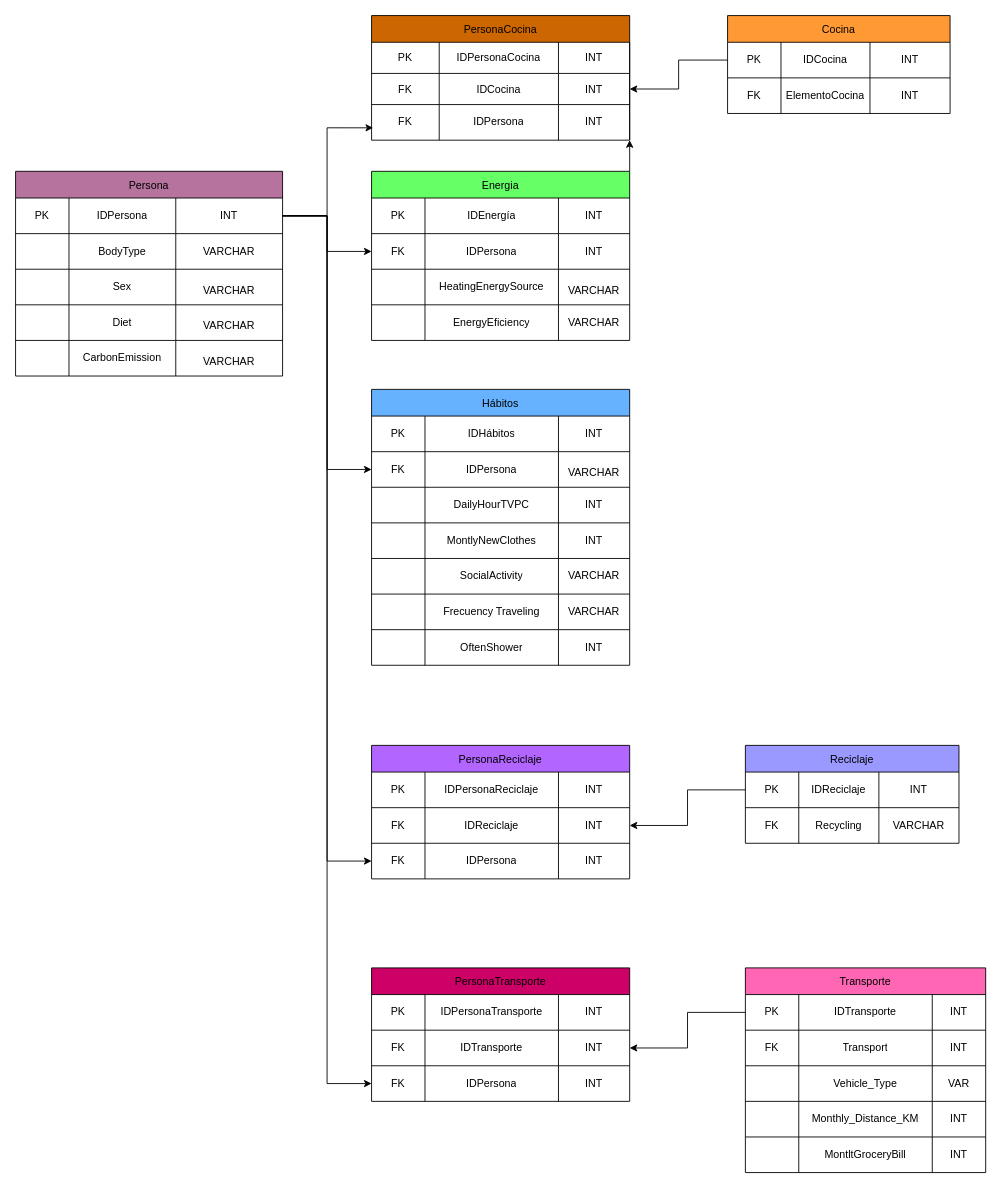
Earlier version of the draw.io diagram Diagrama sin título.drawio (ValentRodriguez/Bases). Source tidied: cells renumbered, new cells numbered last; positions are measured from the earlier drawing's top-left corner, leaving out a move shared by most shapes. Both pictures are drawn from the tidied source at 89%, with x=0, y=0 at pixel (15, 15).
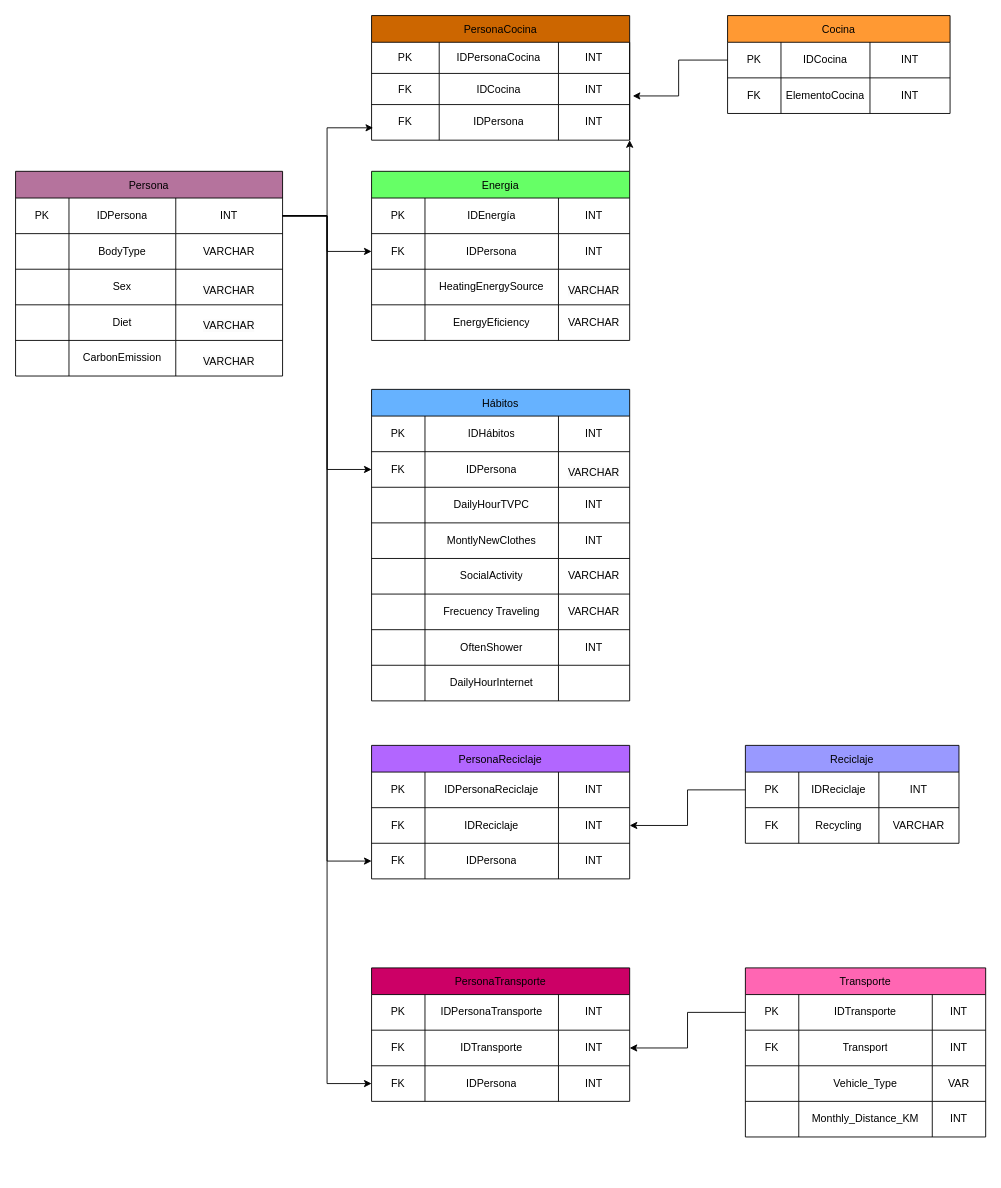
The same page after the edit.

The change refers to these unchanged cells:
```xml
<mxCell id="24" style="shape=tableRow;horizontal=0;startSize=0;swimlaneHead=0;swimlaneBody=0;strokeColor=inherit;top=0;left=0;bottom=0;right=0;fillColor=none;points=[[0,0.5],[1,0.5]];portConstraint=eastwest;" parent="23" vertex="1">
  <mxGeometry y="30" width="250" height="40" as="geometry" />
</mxCell>
<mxCell id="95" style="shape=tableRow;horizontal=0;startSize=0;swimlaneHead=0;swimlaneBody=0;strokeColor=inherit;top=0;left=0;bottom=0;right=0;fillColor=none;points=[[0,0.5],[1,0.5]];portConstraint=eastwest;" parent="90" vertex="1">
  <mxGeometry y="65" width="290" height="35" as="geometry" />
</mxCell>
```

Diff of the diagram source:
```diff
@@
     <mxCell id="50" value="Hábitos" style="shape=table;startSize=30;childLayout=tableLayout;fillColor=#66B2FF;" parent="1" vertex="1">
-      <mxGeometry x="400" y="420" width="290" height="310" as="geometry" />
+      <mxGeometry x="400" y="420" width="290" height="350" as="geometry" />
     </mxCell>
@@
+    <mxCell id="157" style="shape=tableRow;horizontal=0;startSize=0;swimlaneHead=0;swimlaneBody=0;strokeColor=inherit;top=0;left=0;bottom=0;right=0;fillColor=none;" parent="50" vertex="1">
+      <mxGeometry y="310" width="290" height="40" as="geometry" />
+    </mxCell>
+    <mxCell id="152" style="shape=partialRectangle;html=1;whiteSpace=wrap;strokeColor=inherit;overflow=hidden;fillColor=none;top=0;left=0;bottom=0;right=0;" parent="157" vertex="1">
+      <mxGeometry width="60" height="40" as="geometry" />
+    </mxCell>
+    <mxCell id="158" value="DailyHourInternet" style="shape=partialRectangle;html=1;whiteSpace=wrap;strokeColor=inherit;overflow=hidden;fillColor=none;top=0;left=0;bottom=0;right=0;" parent="157" vertex="1">
+      <mxGeometry x="60" width="150" height="40" as="geometry" />
+    </mxCell>
+    <mxCell id="159" style="shape=partialRectangle;html=1;whiteSpace=wrap;strokeColor=inherit;overflow=hidden;fillColor=none;top=0;left=0;bottom=0;right=0;" parent="157" vertex="1">
+      <mxGeometry x="210" width="80" height="40" as="geometry" />
+    </mxCell>
@@
-    <mxCell id="105" style="edgeStyle=orthogonalEdgeStyle;rounded=0;jettySize=auto;html=1;exitX=0;exitY=0.5;exitDx=0;exitDy=0;entryX=1;entryY=0.5;entryDx=0;entryDy=0;" parent="1" edge="1" source="24" target="95">
-      <mxGeometry relative="1" as="geometry" />
-    </mxCell>
@@
     <mxCell id="134" value="Transporte" style="shape=table;startSize=30;childLayout=tableLayout;fillColor=#FF66B3;" parent="1" vertex="1">
-      <mxGeometry x="820" y="1070" width="270" height="230" as="geometry" />
+      <mxGeometry x="820" y="1070" width="270" height="190" as="geometry" />
     </mxCell>
@@
-    <mxCell id="151" style="shape=tableRow;horizontal=0;startSize=0;swimlaneHead=0;swimlaneBody=0;strokeColor=inherit;top=0;left=0;bottom=0;right=0;fillColor=none;" parent="134" vertex="1">
-      <mxGeometry y="190" width="270" height="40" as="geometry" />
-    </mxCell>
-    <mxCell id="152" style="shape=partialRectangle;html=1;whiteSpace=wrap;strokeColor=inherit;overflow=hidden;fillColor=none;top=0;left=0;bottom=0;right=0;" parent="151" vertex="1">
-      <mxGeometry width="60" height="40" as="geometry" />
-    </mxCell>
-    <mxCell id="153" value="MontltGroceryBill" style="shape=partialRectangle;html=1;whiteSpace=wrap;strokeColor=inherit;overflow=hidden;fillColor=none;top=0;left=0;bottom=0;right=0;" parent="151" vertex="1">
-      <mxGeometry x="60" width="150" height="40" as="geometry" />
-    </mxCell>
-    <mxCell id="154" value="INT" style="shape=partialRectangle;html=1;whiteSpace=wrap;strokeColor=inherit;overflow=hidden;fillColor=none;top=0;left=0;bottom=0;right=0;" parent="151" vertex="1">
-      <mxGeometry x="210" width="60" height="40" as="geometry" />
-    </mxCell>
@@
+    <mxCell id="105" style="edgeStyle=orthogonalEdgeStyle;rounded=0;jettySize=auto;html=1;exitX=0;exitY=0.5;exitDx=0;exitDy=0;entryX=1.012;entryY=0.723;entryDx=0;entryDy=0;entryPerimeter=0;" parent="1" edge="1" source="24" target="95">
+      <mxGeometry relative="1" as="geometry" />
+    </mxCell>
```
